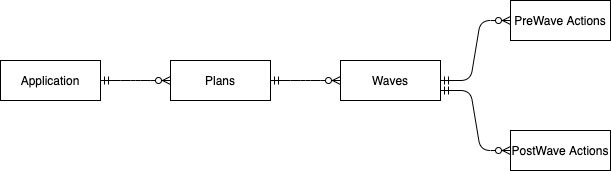
The draw.io diagram drs-plan-automation/diagrams/EntityRelationDiagram.png in aws-samples/drs-tools, before a commit. Source tidied: cells renumbered, new cells last; positions are measured from the earlier drawing's top-left corner, leaving out a move shared by most shapes. Its diagram source:
```xml
<mxGraphModel>
  <root>
    <mxCell id="0" />
    <mxCell id="1" parent="0" />
    <mxCell id="2" value="Application" style="whiteSpace=wrap;html=1;align=center;" parent="1" vertex="1">
      <mxGeometry y="60" width="100" height="40" as="geometry" />
    </mxCell>
    <mxCell id="3" style="edgeStyle=entityRelationEdgeStyle;fontSize=12;html=1;endArrow=ERzeroToMany;startArrow=ERmandOne;exitX=1;exitY=0.5;exitDx=0;exitDy=0;" parent="1" edge="1" source="2" target="4">
      <mxGeometry relative="1" as="geometry" />
    </mxCell>
    <mxCell id="4" value="Plans" style="whiteSpace=wrap;html=1;align=center;" parent="1" vertex="1">
      <mxGeometry x="170" y="60" width="100" height="40" as="geometry" />
    </mxCell>
    <mxCell id="5" style="edgeStyle=entityRelationEdgeStyle;fontSize=12;html=1;endArrow=ERzeroToMany;startArrow=ERmandOne;" parent="1" edge="1" source="4" target="6">
      <mxGeometry relative="1" as="geometry" />
    </mxCell>
    <mxCell id="6" value="Waves" style="whiteSpace=wrap;html=1;align=center;" parent="1" vertex="1">
      <mxGeometry x="340" y="60" width="100" height="40" as="geometry" />
    </mxCell>
    <mxCell id="7" value="PreWave Actions" style="whiteSpace=wrap;html=1;align=center;" parent="1" vertex="1">
      <mxGeometry x="510" width="100" height="40" as="geometry" />
    </mxCell>
    <mxCell id="8" value="PostWave Actions" style="whiteSpace=wrap;html=1;align=center;" parent="1" vertex="1">
      <mxGeometry x="510" y="130" width="100" height="40" as="geometry" />
    </mxCell>
    <mxCell id="9" style="edgeStyle=entityRelationEdgeStyle;fontSize=12;html=1;endArrow=ERzeroToMany;startArrow=ERmandOne;exitX=1;exitY=0.5;exitDx=0;exitDy=0;entryX=0;entryY=0.5;entryDx=0;entryDy=0;" parent="1" edge="1" source="6" target="7">
      <mxGeometry relative="1" as="geometry" />
    </mxCell>
    <mxCell id="10" style="edgeStyle=entityRelationEdgeStyle;fontSize=12;html=1;endArrow=ERzeroToMany;startArrow=ERmandOne;exitX=1;exitY=0.75;exitDx=0;exitDy=0;entryX=0;entryY=0.5;entryDx=0;entryDy=0;" parent="1" edge="1" source="6" target="8">
      <mxGeometry relative="1" as="geometry" />
    </mxCell>
  </root>
</mxGraphModel>
```
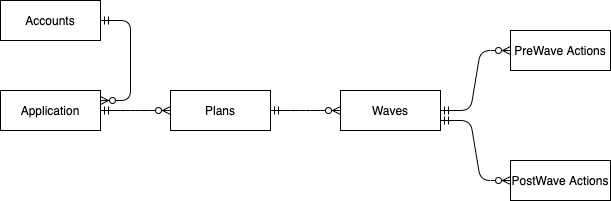
The same file after the commit.

Change to the diagram source:
```diff
@@ -29,5 +29,11 @@
     <mxCell id="10" style="edgeStyle=entityRelationEdgeStyle;fontSize=12;html=1;endArrow=ERzeroToMany;startArrow=ERmandOne;exitX=1;exitY=0.75;exitDx=0;exitDy=0;entryX=0;entryY=0.5;entryDx=0;entryDy=0;" parent="1" edge="1" source="6" target="8">
       <mxGeometry relative="1" as="geometry" />
     </mxCell>
+    <mxCell id="11" value="Accounts" style="whiteSpace=wrap;html=1;align=center;" parent="1" vertex="1">
+      <mxGeometry y="-30" width="100" height="40" as="geometry" />
+    </mxCell>
+    <mxCell id="12" style="edgeStyle=entityRelationEdgeStyle;fontSize=12;html=1;endArrow=ERzeroToMany;startArrow=ERmandOne;entryX=1;entryY=0.25;entryDx=0;entryDy=0;" parent="1" edge="1" source="11" target="2">
+      <mxGeometry relative="1" as="geometry" />
+    </mxCell>
   </root>
 </mxGraphModel>
```
